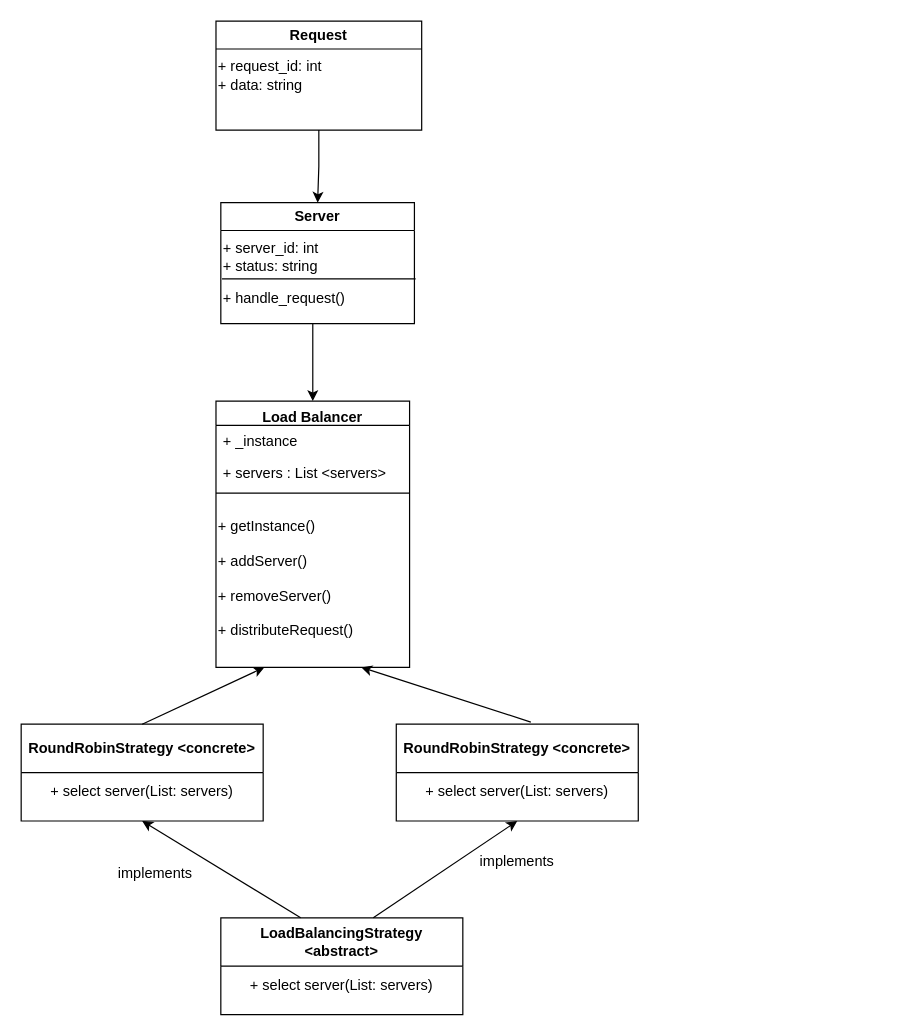
This is Class_Diagram_and_Implementation/LoadBalancer/load_balancer.drawio from ashu7mishra/LLD, a draw.io file, before an edit. Source tidied: cells renumbered, new cells numbered last; positions are measured from the earlier drawing's top-left corner, leaving out a move shared by most shapes. Both pictures are drawn from the tidied source at 121%, with x=0, y=0 at pixel (21, 21).
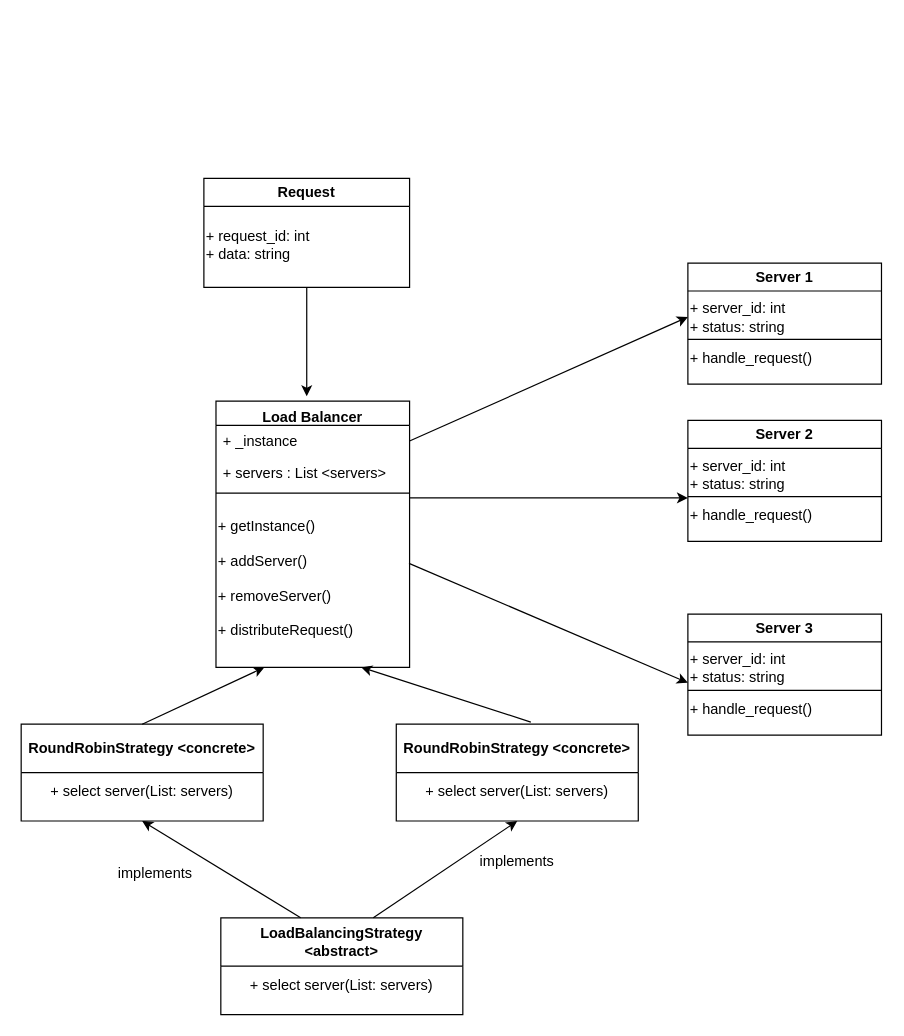
Above is the later version.

Unchanged cells that the change refers to:
```xml
<mxCell id="2" style="group;" parent="1" vertex="1">
  <mxGeometry width="510" height="821" as="geometry" />
</mxCell>
<mxCell id="3" value="Load Balancer" style="swimlane;fontStyle=1;align=center;verticalAlign=top;horizontal=1;startSize=20;rounded=0;shadow=0;strokeWidth=1;" parent="2" vertex="1">
  <mxGeometry x="161" y="314" width="160" height="220" as="geometry" />
</mxCell>
<mxCell id="4" value="+ _instance " style="text;align=left;verticalAlign=top;spacingLeft=4;spacingRight=4;overflow=hidden;points=[[0,0.5],[1,0.5]];portConstraint=eastwest;rounded=0;shadow=0;html=0;" parent="3" vertex="1">
  <mxGeometry y="20" width="160" height="26" as="geometry" />
</mxCell>
<mxCell id="7" value="+ getInstance()&lt;div&gt;&lt;br&gt;&lt;/div&gt;&lt;div&gt;+ addServer()&lt;/div&gt;&lt;div&gt;&lt;br&gt;&lt;/div&gt;&lt;div&gt;+ removeServer()&lt;/div&gt;&lt;div&gt;&lt;br&gt;&lt;/div&gt;&lt;div style=&quot;&quot;&gt;+ distributeRequest()&lt;/div&gt;" style="text;html=1;align=left;verticalAlign=middle;whiteSpace=wrap;rounded=0;" parent="3" vertex="1">
  <mxGeometry y="80" width="160" height="134" as="geometry" />
</mxCell>
<mxCell id="10" value="RoundRobinStrategy &amp;lt;concrete&amp;gt;" style="swimlane;whiteSpace=wrap;html=1;startSize=40;" parent="2" vertex="1">
  <mxGeometry y="581" width="200" height="80" as="geometry" />
</mxCell>
<mxCell id="14" value="RoundRobinStrategy &amp;lt;concrete&amp;gt;" style="swimlane;whiteSpace=wrap;html=1;startSize=40;" parent="2" vertex="1">
  <mxGeometry x="310" y="581" width="200" height="80" as="geometry" />
</mxCell>
<mxCell id="20" value="+ handle_request()" style="text;html=1;align=left;verticalAlign=middle;whiteSpace=wrap;rounded=0;" parent="18" vertex="1">
  <mxGeometry y="64" width="160" height="30" as="geometry" />
</mxCell>
```

Change to the diagram source:
```diff
@@
+    <mxCell id="21" style="endArrow=classic;html=1;rounded=0;exitX=0.5;exitY=0;exitDx=0;exitDy=0;entryX=0.25;entryY=1;entryDx=0;entryDy=0;" parent="2" edge="1" source="10" target="3">
+      <mxGeometry relative="1" as="geometry" />
+    </mxCell>
+    <mxCell id="22" style="endArrow=classic;html=1;rounded=0;entryX=0.75;entryY=1;entryDx=0;entryDy=0;exitX=0.556;exitY=-0.022;exitDx=0;exitDy=0;exitPerimeter=0;" parent="2" edge="1" source="14" target="3">
+      <mxGeometry relative="1" as="geometry" />
+    </mxCell>
+    <mxCell id="23" style="endArrow=none;html=1;rounded=0;entryX=1;entryY=0.5;entryDx=0;entryDy=0;exitX=0;exitY=0.5;exitDx=0;exitDy=0;" parent="2" edge="1">
+      <mxGeometry relative="1" as="geometry">
+        <mxPoint x="551" y="393" as="sourcePoint" />
+        <mxPoint x="711" y="393" as="targetPoint" />
+      </mxGeometry>
+    </mxCell>
+    <mxCell id="26" value="Request" style="swimlane;whiteSpace=wrap;html=1;" parent="2" vertex="1">
+      <mxGeometry x="151" y="130" width="170" height="90" as="geometry" />
+    </mxCell>
+    <mxCell id="27" value="+ request_id: int&lt;div&gt;+ data: string&lt;/div&gt;" style="text;html=1;align=left;verticalAlign=middle;whiteSpace=wrap;rounded=0;" parent="26" vertex="1">
+      <mxGeometry y="30" width="170" height="50" as="geometry" />
+    </mxCell>
-    <mxCell id="18" value="Server" style="swimlane;whiteSpace=wrap;html=1;" parent="2" vertex="1">
-      <mxGeometry x="165" y="150" width="160" height="100" as="geometry" />
+    <mxCell id="18" value="Server 2" style="swimlane;whiteSpace=wrap;html=1;" parent="1" vertex="1">
+      <mxGeometry x="551" y="330" width="160" height="100" as="geometry" />
     </mxCell>
@@
-    <mxCell id="21" style="endArrow=classic;html=1;rounded=0;exitX=0.5;exitY=0;exitDx=0;exitDy=0;entryX=0.25;entryY=1;entryDx=0;entryDy=0;" parent="2" edge="1" source="10" target="3">
-      <mxGeometry relative="1" as="geometry" />
-    </mxCell>
-    <mxCell id="22" style="endArrow=classic;html=1;rounded=0;entryX=0.75;entryY=1;entryDx=0;entryDy=0;exitX=0.556;exitY=-0.022;exitDx=0;exitDy=0;exitPerimeter=0;" parent="2" edge="1" source="14" target="3">
-      <mxGeometry relative="1" as="geometry" />
-    </mxCell>
-    <mxCell id="23" style="endArrow=none;html=1;rounded=0;entryX=1;entryY=0.5;entryDx=0;entryDy=0;exitX=0;exitY=0.5;exitDx=0;exitDy=0;" parent="2" edge="1">
-      <mxGeometry relative="1" as="geometry">
-        <mxPoint x="166" y="213" as="sourcePoint" />
-        <mxPoint x="326" y="213" as="targetPoint" />
-      </mxGeometry>
-    </mxCell>
-    <mxCell id="24" style="endArrow=classic;html=1;rounded=0;entryX=0.5;entryY=0;entryDx=0;entryDy=0;" parent="2" edge="1" target="3">
-      <mxGeometry relative="1" as="geometry">
-        <mxPoint x="241" y="250" as="sourcePoint" />
-      </mxGeometry>
-    </mxCell>
-    <mxCell id="25" style="edgeStyle=orthogonalEdgeStyle;rounded=0;jettySize=auto;html=1;" parent="2" edge="1" source="26">
-      <mxGeometry relative="1" as="geometry">
-        <mxPoint x="245" y="150" as="targetPoint" />
-      </mxGeometry>
-    </mxCell>
-    <mxCell id="26" value="Request" style="swimlane;whiteSpace=wrap;html=1;" parent="2" vertex="1">
-      <mxGeometry x="161" width="170" height="90" as="geometry" />
-    </mxCell>
-    <mxCell id="27" value="+ request_id: int&lt;div&gt;+ data: string&lt;/div&gt;" style="text;html=1;align=left;verticalAlign=middle;whiteSpace=wrap;rounded=0;" parent="2" vertex="1">
-      <mxGeometry x="161" y="20" width="170" height="50" as="geometry" />
-    </mxCell>
+    <mxCell id="28" style="endArrow=classic;html=1;rounded=0;entryX=0;entryY=0;entryDx=0;entryDy=0;exitX=1;exitY=0;exitDx=0;exitDy=0;" parent="1" edge="1" source="7" target="20">
+      <mxGeometry relative="1" as="geometry" />
+    </mxCell>
+    <mxCell id="29" style="endArrow=classic;html=1;rounded=0;exitX=0.5;exitY=1;exitDx=0;exitDy=0;" parent="1" edge="1" source="26">
+      <mxGeometry relative="1" as="geometry">
+        <mxPoint x="236" y="310" as="targetPoint" />
+      </mxGeometry>
+    </mxCell>
+    <mxCell id="30" style="endArrow=none;html=1;rounded=0;entryX=1;entryY=0.5;entryDx=0;entryDy=0;exitX=0;exitY=0.5;exitDx=0;exitDy=0;" parent="1" edge="1">
+      <mxGeometry relative="1" as="geometry">
+        <mxPoint x="551" y="553" as="sourcePoint" />
+        <mxPoint x="711" y="553" as="targetPoint" />
+      </mxGeometry>
+    </mxCell>
+    <mxCell id="31" value="Server 3" style="swimlane;whiteSpace=wrap;html=1;" parent="1" vertex="1">
+      <mxGeometry x="551" y="490" width="160" height="100" as="geometry" />
+    </mxCell>
+    <mxCell id="32" value="+ server_id: int&lt;div&gt;+ status: string&lt;/div&gt;" style="text;html=1;align=left;verticalAlign=middle;whiteSpace=wrap;rounded=0;" parent="31" vertex="1">
+      <mxGeometry y="20" width="160" height="49" as="geometry" />
+    </mxCell>
+    <mxCell id="33" value="+ handle_request()" style="text;html=1;align=left;verticalAlign=middle;whiteSpace=wrap;rounded=0;" parent="31" vertex="1">
+      <mxGeometry y="64" width="160" height="30" as="geometry" />
+    </mxCell>
+    <mxCell id="34" style="endArrow=none;html=1;rounded=0;entryX=1;entryY=0.5;entryDx=0;entryDy=0;exitX=0;exitY=0.5;exitDx=0;exitDy=0;" parent="1" edge="1">
+      <mxGeometry relative="1" as="geometry">
+        <mxPoint x="551" y="263" as="sourcePoint" />
+        <mxPoint x="711" y="263" as="targetPoint" />
+      </mxGeometry>
+    </mxCell>
+    <mxCell id="35" value="Server 1" style="swimlane;whiteSpace=wrap;html=1;" parent="1" vertex="1">
+      <mxGeometry x="551" y="200" width="160" height="100" as="geometry" />
+    </mxCell>
+    <mxCell id="36" value="+ server_id: int&lt;div&gt;+ status: string&lt;/div&gt;" style="text;html=1;align=left;verticalAlign=middle;whiteSpace=wrap;rounded=0;" parent="35" vertex="1">
+      <mxGeometry y="20" width="160" height="49" as="geometry" />
+    </mxCell>
+    <mxCell id="37" value="+ handle_request()" style="text;html=1;align=left;verticalAlign=middle;whiteSpace=wrap;rounded=0;" parent="35" vertex="1">
+      <mxGeometry y="64" width="160" height="30" as="geometry" />
+    </mxCell>
+    <mxCell id="38" style="endArrow=classic;html=1;rounded=0;entryX=0;entryY=0.75;entryDx=0;entryDy=0;exitX=0.997;exitY=0.404;exitDx=0;exitDy=0;exitPerimeter=0;" parent="1" edge="1" source="7" target="32">
+      <mxGeometry relative="1" as="geometry" />
+    </mxCell>
+    <mxCell id="39" style="endArrow=classic;html=1;rounded=0;entryX=0;entryY=0.5;entryDx=0;entryDy=0;exitX=1;exitY=0.5;exitDx=0;exitDy=0;" parent="1" edge="1" source="4" target="36">
+      <mxGeometry relative="1" as="geometry" />
+    </mxCell>
```
